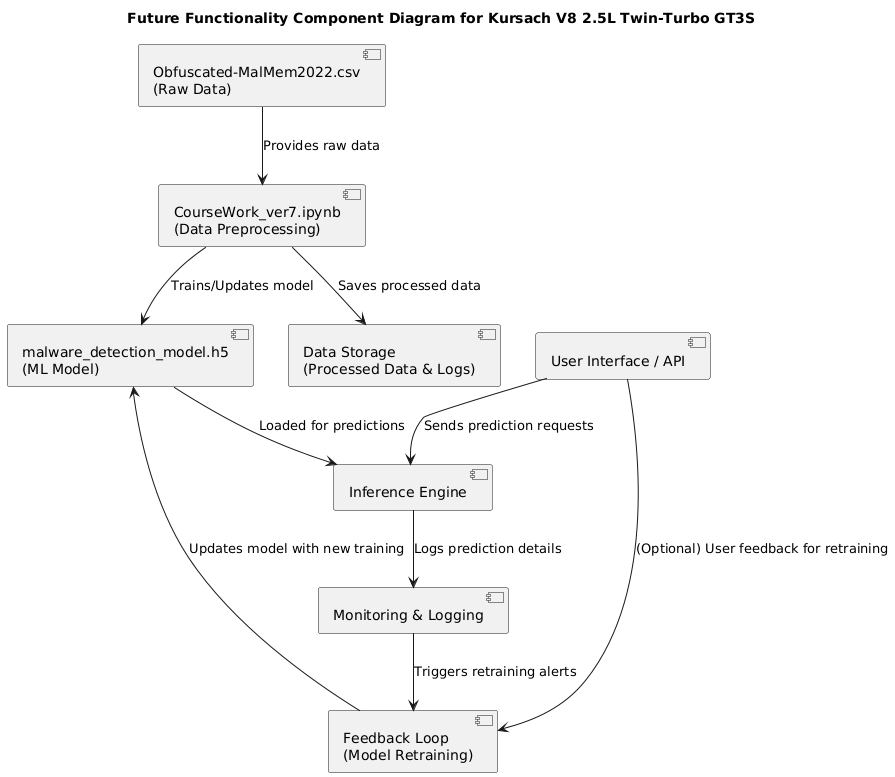
Earlier version of the PlantUML export LAB2/Component_Diagram.png (YunoSylph/PlantUML-things).
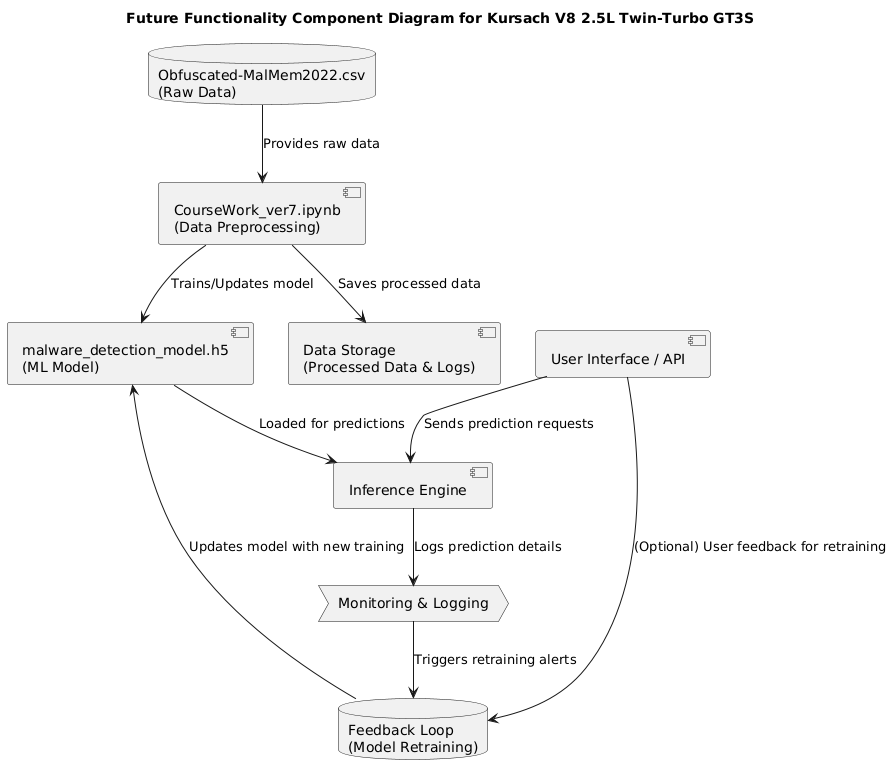
The same file after the commit.

What changed in the source:
```diff
@@ -1,15 +1,14 @@
 @startuml
 title Future Functionality Component Diagram for Kursach V8 2.5L Twin-Turbo GT3S
 
-component "Obfuscated-MalMem2022.csv\n(Raw Data)" as CSV
+database "Obfuscated-MalMem2022.csv\n(Raw Data)" as CSV
 component "CourseWork_ver7.ipynb\n(Data Preprocessing)" as Notebook
 component "malware_detection_model.h5\n(ML Model)" as Model
 component "Inference Engine" as Inference
 component "User Interface / API" as UI
-
 component "Data Storage\n(Processed Data & Logs)" as Storage
-component "Feedback Loop\n(Model Retraining)" as Feedback
-component "Monitoring & Logging" as Monitor
+database "Feedback Loop\n(Model Retraining)" as Feedback
+process "Monitoring & Logging" as Monitor
 
 CSV --> Notebook : Provides raw data
 Notebook --> Storage : Saves processed data
```
